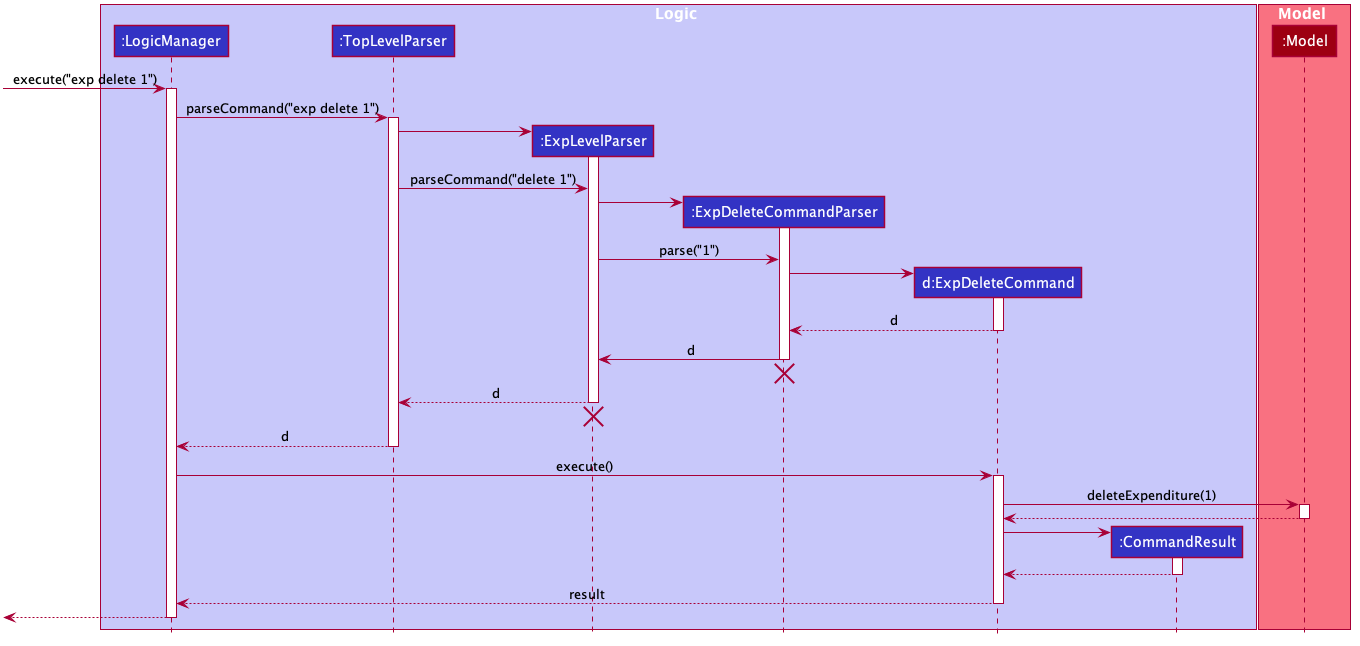
The PlantUML diagram images/DeleteSequenceDiagram.png in AY1920S2-CS2103T-T10-3/main, before a commit.
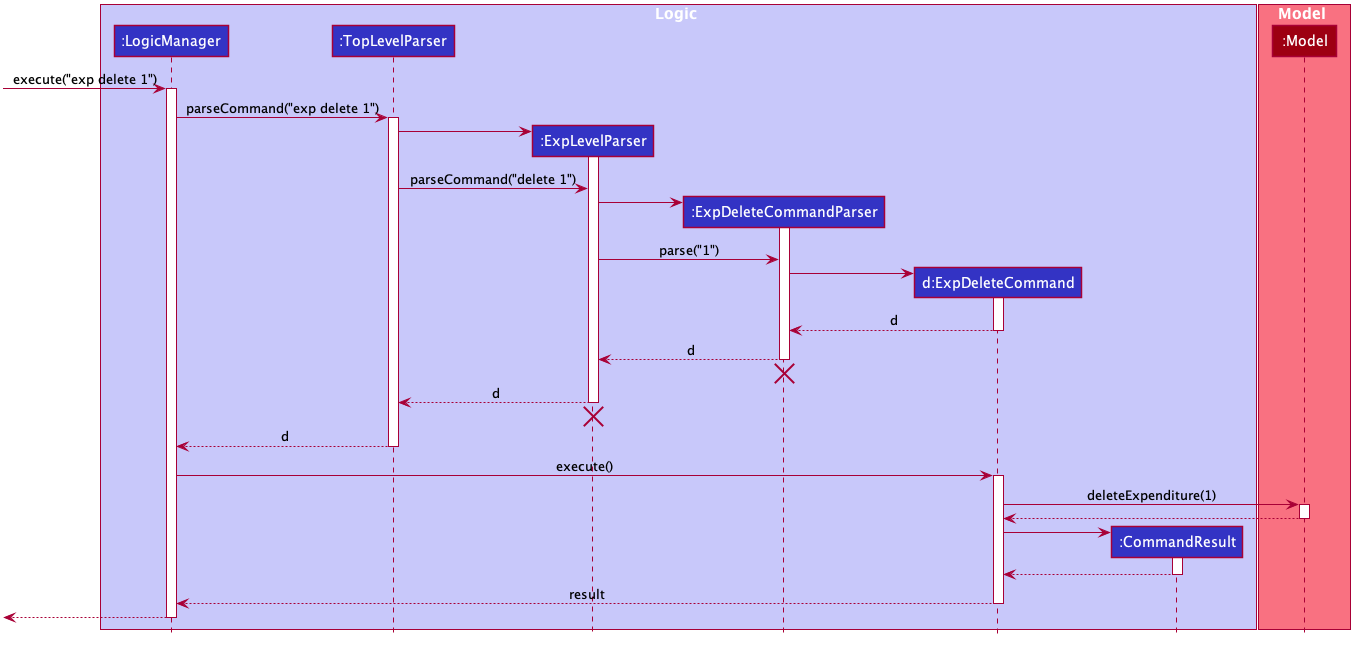
After the commit.

The edit, as a diff of the source:
```diff
@@ -84,7 +84,7 @@
 ExpDeleteCommand --> ExpDeleteCommandParser : d
 deactivate ExpDeleteCommand
 
-ExpDeleteCommandParser -> ExpLevelParser : d
+ExpDeleteCommandParser --> ExpLevelParser : d
 deactivate ExpDeleteCommandParser
 ExpDeleteCommandParser -[hidden]-> ExpLevelParser
 destroy ExpDeleteCommandParser
```
